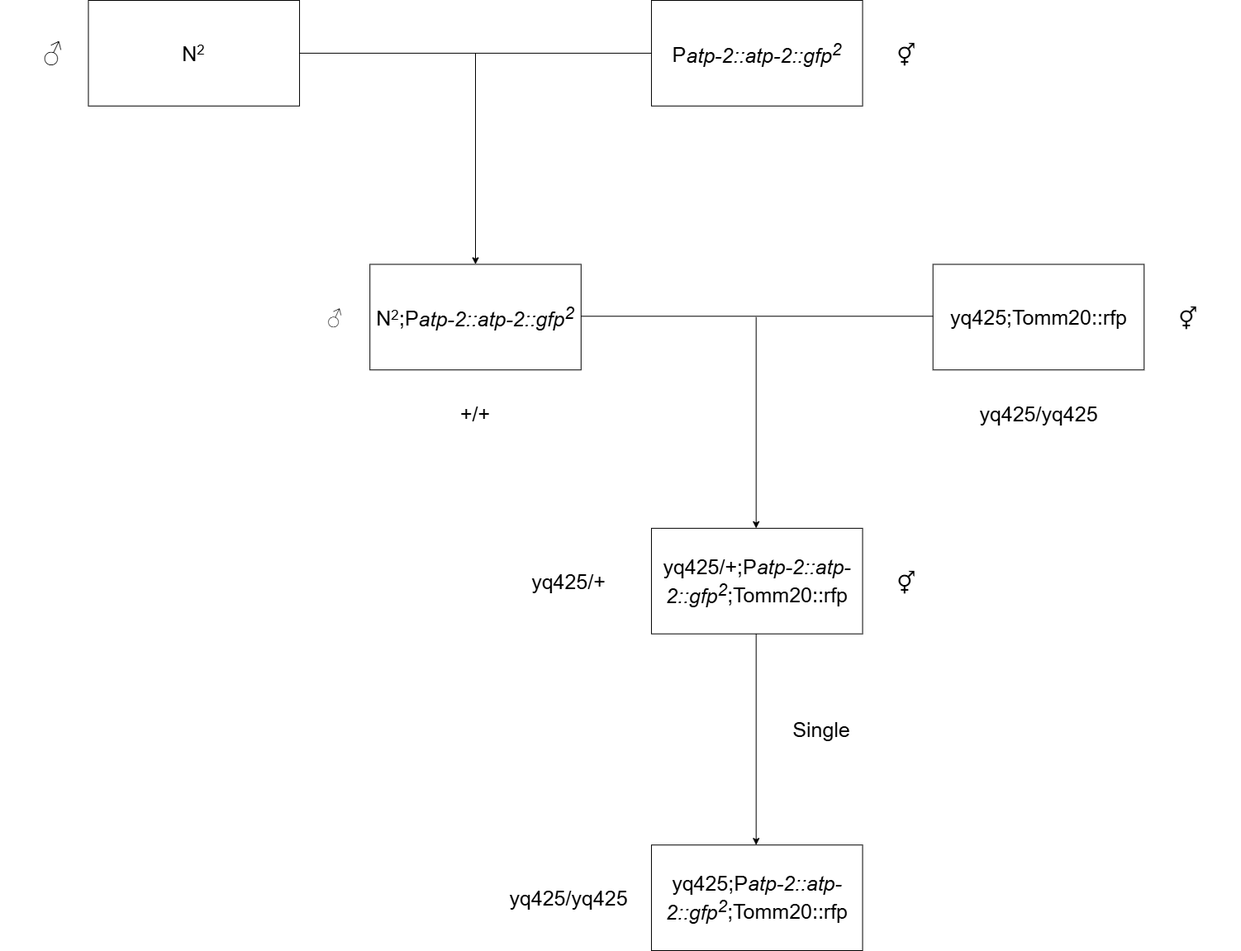
Above: docs/biology/note/cross-2.drawio.png in YangguangZhou/note (draw.io), before the change. Source tidied: cells renumbered, new cells last; positions are measured from the earlier drawing's top-left corner, leaving out a move shared by most shapes. The source it was exported from:
```xml
<mxGraphModel>
  <root>
    <mxCell id="0" />
    <mxCell id="1" parent="0" />
    <mxCell id="2" style="group;fontFamily=Helvetica;fontStyle=0;html=1;" parent="1" vertex="1">
      <mxGeometry width="1501.4" height="1150" as="geometry" />
    </mxCell>
    <mxCell id="3" value="N&lt;span style=&quot;font-size: 20.8333px;&quot;&gt;&lt;sup&gt;2&lt;/sup&gt;&lt;/span&gt;" style="rounded=0;whiteSpace=wrap;fillColor=none;strokeColor=#000000;fontColor=#000000;fontSize=25;fontFamily=Helvetica;html=1;fontStyle=0;" parent="2" vertex="1">
      <mxGeometry x="106.5" width="255.6" height="127.8" as="geometry" />
    </mxCell>
    <mxCell id="4" value="P&lt;i&gt;atp-2::atp-2::gfp&lt;sup&gt;2&lt;/sup&gt;&lt;/i&gt;" style="rounded=0;whiteSpace=wrap;fillColor=none;strokeColor=#000000;fontColor=#000000;fontSize=25;fontFamily=Helvetica;html=1;fontStyle=0;" parent="2" vertex="1">
      <mxGeometry x="788" width="255.6" height="127.8" as="geometry" />
    </mxCell>
    <mxCell id="5" style="endArrow=none;entryX=0;entryY=0.5;entryDx=0;entryDy=0;exitX=1;exitY=0.5;exitDx=0;exitDy=0;fillColor=#f9f7ed;strokeColor=#000000;fontColor=#000000;fontSize=25;fontFamily=Helvetica;html=1;fontStyle=0;" parent="2" edge="1" source="3" target="4">
      <mxGeometry relative="1" as="geometry" />
    </mxCell>
    <mxCell id="6" style="endArrow=classic;fillColor=#f9f7ed;strokeColor=#000000;fontColor=#000000;fontSize=25;fontFamily=Helvetica;html=1;fontStyle=0;" parent="2" edge="1">
      <mxGeometry relative="1" as="geometry">
        <mxPoint x="575" y="63.9" as="sourcePoint" />
        <mxPoint x="575" y="319.4" as="targetPoint" />
      </mxGeometry>
    </mxCell>
    <mxCell id="7" value="N&lt;span style=&quot;font-size: 20.8333px;&quot;&gt;&lt;sup&gt;2&lt;/sup&gt;&lt;/span&gt;;P&lt;i&gt;atp-2::atp-2::gfp&lt;sup&gt;2&lt;/sup&gt;&lt;/i&gt;" style="rounded=0;whiteSpace=wrap;strokeColor=#000000;fontSize=25;fontColor=#000000;fillColor=none;fontFamily=Helvetica;html=1;fontStyle=0;" parent="2" vertex="1">
      <mxGeometry x="447.2" y="319.4" width="255.6" height="127.8" as="geometry" />
    </mxCell>
    <mxCell id="8" value="yq425;Tomm20::rfp" style="rounded=0;whiteSpace=wrap;strokeColor=#000000;fontSize=25;fontColor=#000000;fillColor=none;fontFamily=Helvetica;html=1;fontStyle=0;" parent="2" vertex="1">
      <mxGeometry x="1128.7" y="319.4" width="255.6" height="127.8" as="geometry" />
    </mxCell>
    <mxCell id="9" style="endArrow=none;entryX=0;entryY=0.5;entryDx=0;entryDy=0;exitX=1;exitY=0.5;exitDx=0;exitDy=0;fillColor=#f9f7ed;strokeColor=#000000;fontColor=#000000;fontSize=25;fontFamily=Helvetica;html=1;fontStyle=0;" parent="2" edge="1">
      <mxGeometry relative="1" as="geometry">
        <mxPoint x="702.8" y="382.3" as="sourcePoint" />
        <mxPoint x="1128.7" y="382.3" as="targetPoint" />
      </mxGeometry>
    </mxCell>
    <mxCell id="10" style="endArrow=classic;fillColor=#f9f7ed;strokeColor=#000000;fontColor=#000000;fontSize=25;fontFamily=Helvetica;html=1;fontStyle=0;" parent="2" edge="1">
      <mxGeometry relative="1" as="geometry">
        <mxPoint x="914.7" y="383.3" as="sourcePoint" />
        <mxPoint x="914.7" y="638.9" as="targetPoint" />
      </mxGeometry>
    </mxCell>
    <mxCell id="11" value="yq425/+;P&lt;i&gt;atp-2::atp-2::gfp&lt;sup&gt;2&lt;/sup&gt;&lt;/i&gt;;&lt;span style=&quot;background-color: initial;&quot;&gt;Tomm20::rfp&lt;/span&gt;" style="rounded=0;whiteSpace=wrap;strokeColor=#000000;fontSize=25;fontColor=#000000;fillColor=none;fontFamily=Helvetica;html=1;fontStyle=0;" parent="2" vertex="1">
      <mxGeometry x="788" y="638.9" width="255.6" height="127.8" as="geometry" />
    </mxCell>
    <mxCell id="12" value="+/+" style="text;strokeColor=none;fillColor=none;align=center;verticalAlign=middle;whiteSpace=wrap;rounded=0;fontSize=25;fontColor=#000000;fontFamily=Helvetica;html=1;fontStyle=0;" parent="2" vertex="1">
      <mxGeometry x="511.1" y="468.5" width="127.8" height="63.9" as="geometry" />
    </mxCell>
    <mxCell id="13" value="yq425/yq425" style="text;strokeColor=none;fillColor=none;align=center;verticalAlign=middle;whiteSpace=wrap;rounded=0;fontSize=25;fontColor=#000000;fontFamily=Helvetica;html=1;fontStyle=0;" parent="2" vertex="1">
      <mxGeometry x="1192.6" y="468.5" width="127.8" height="63.9" as="geometry" />
    </mxCell>
    <mxCell id="14" value="yq425/+" style="text;strokeColor=none;fillColor=none;align=center;verticalAlign=middle;whiteSpace=wrap;rounded=0;fontSize=25;fontColor=#000000;fontFamily=Helvetica;html=1;fontStyle=0;" parent="2" vertex="1">
      <mxGeometry x="624" y="670.8" width="127.8" height="63.9" as="geometry" />
    </mxCell>
    <mxCell id="15" style="endArrow=classic;fillColor=#f9f7ed;strokeColor=#000000;fontColor=#000000;fontSize=25;fontFamily=Helvetica;html=1;fontStyle=0;" parent="2" edge="1">
      <mxGeometry relative="1" as="geometry">
        <mxPoint x="914.7" y="766.7" as="sourcePoint" />
        <mxPoint x="914.7" y="1022.2" as="targetPoint" />
      </mxGeometry>
    </mxCell>
    <mxCell id="16" value="yq425;P&lt;i&gt;atp-2::atp-2::gfp&lt;sup&gt;2&lt;/sup&gt;&lt;/i&gt;;&lt;span style=&quot;background-color: initial;&quot;&gt;Tomm20::rfp&lt;/span&gt;" style="rounded=0;whiteSpace=wrap;strokeColor=#000000;fontSize=25;fontColor=#000000;fillColor=none;fontFamily=Helvetica;html=1;fontStyle=0;" parent="2" vertex="1">
      <mxGeometry x="788" y="1022.2" width="255.6" height="127.8" as="geometry" />
    </mxCell>
    <mxCell id="17" value="yq425/yq&lt;span style=&quot;background-color: initial;&quot;&gt;425&lt;/span&gt;" style="text;strokeColor=none;fillColor=none;align=center;verticalAlign=middle;whiteSpace=wrap;rounded=0;fontSize=25;fontColor=#000000;fontFamily=Helvetica;html=1;fontStyle=0;" parent="2" vertex="1">
      <mxGeometry x="624" y="1054.2" width="127.8" height="63.9" as="geometry" />
    </mxCell>
    <mxCell id="18" value="♂" style="text;strokeColor=none;fillColor=none;align=center;verticalAlign=middle;whiteSpace=wrap;rounded=0;fontSize=32;fontColor=#000000;fontFamily=Helvetica;fontStyle=0;html=1;" parent="2" vertex="1">
      <mxGeometry y="31.9" width="127.8" height="63.9" as="geometry" />
    </mxCell>
    <mxCell id="19" value="♂" style="text;strokeColor=none;fillColor=none;align=center;verticalAlign=middle;whiteSpace=wrap;rounded=0;fontSize=25;fontColor=#000000;fontStyle=0;fontFamily=Helvetica;html=1;" parent="2" vertex="1">
      <mxGeometry x="340.7" y="351.4" width="127.8" height="63.9" as="geometry" />
    </mxCell>
    <mxCell id="20" value="⚥" style="text;strokeColor=none;fillColor=none;align=center;verticalAlign=middle;whiteSpace=wrap;rounded=0;fontSize=32;fontColor=#000000;fontFamily=Helvetica;fontStyle=0;html=1;" parent="2" vertex="1">
      <mxGeometry x="1032.9" y="31.9" width="127.8" height="63.9" as="geometry" />
    </mxCell>
    <mxCell id="21" value="⚥" style="text;strokeColor=none;fillColor=none;align=center;verticalAlign=middle;whiteSpace=wrap;rounded=0;fontSize=32;fontColor=#000000;fontFamily=Helvetica;html=1;fontStyle=0;" parent="2" vertex="1">
      <mxGeometry x="1373.6" y="351.4" width="127.8" height="63.9" as="geometry" />
    </mxCell>
    <mxCell id="22" value="⚥" style="text;strokeColor=none;fillColor=none;align=center;verticalAlign=middle;whiteSpace=wrap;rounded=0;fontSize=32;fontColor=#000000;fontFamily=Helvetica;html=1;fontStyle=0;" parent="2" vertex="1">
      <mxGeometry x="1032.9" y="670.8" width="127.8" height="63.9" as="geometry" />
    </mxCell>
    <mxCell id="23" value="Single" style="text;strokeColor=none;fillColor=none;align=center;verticalAlign=middle;whiteSpace=wrap;rounded=0;fontSize=25;fontColor=#000000;fontFamily=Helvetica;html=1;fontStyle=0;" parent="2" vertex="1">
      <mxGeometry x="930" y="850" width="127.8" height="63.9" as="geometry" />
    </mxCell>
  </root>
</mxGraphModel>
```
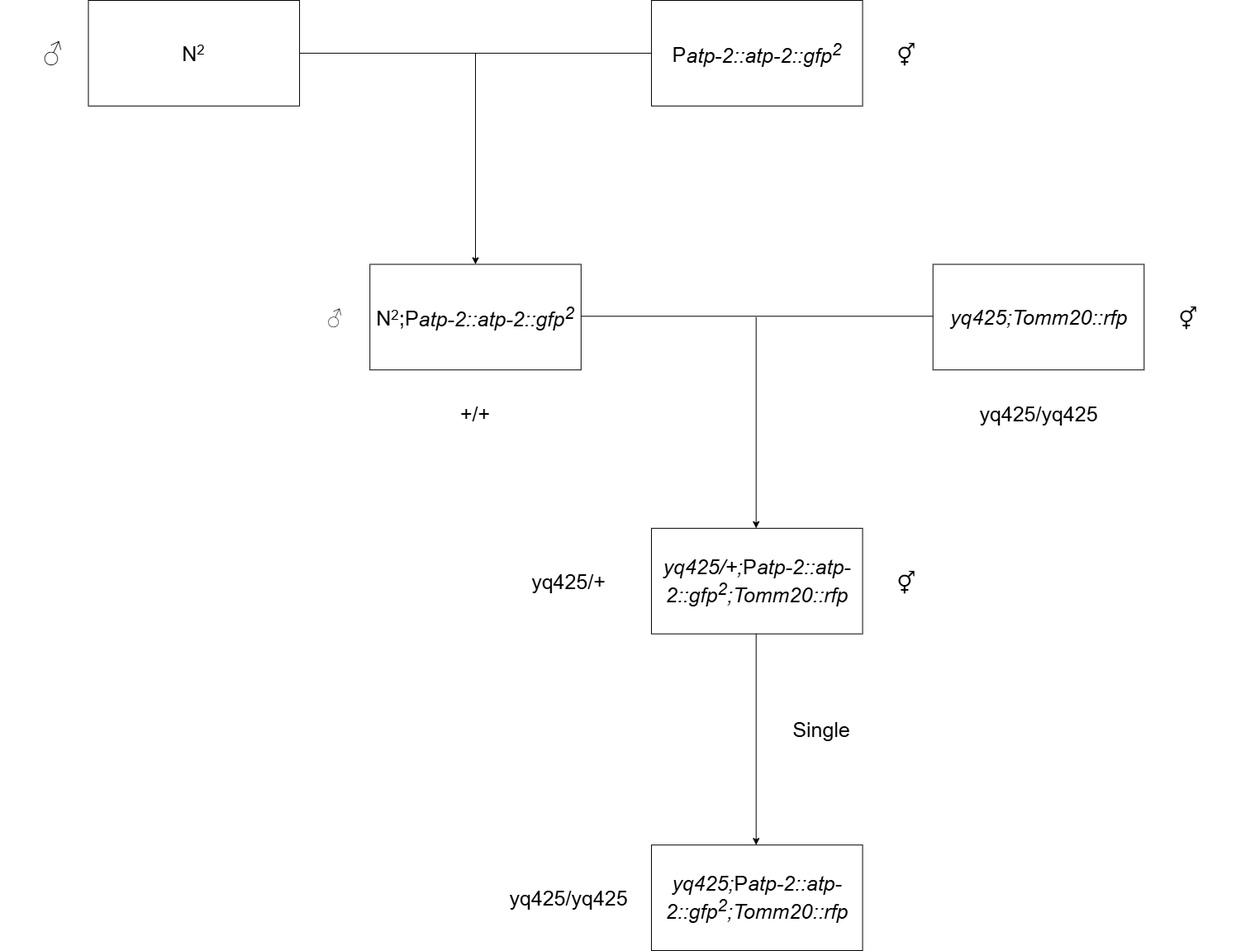
After the commit.

Diff of the diagram source:
```diff
@@ -23,7 +23,7 @@
     <mxCell id="7" value="N&lt;span style=&quot;font-size: 20.8333px;&quot;&gt;&lt;sup&gt;2&lt;/sup&gt;&lt;/span&gt;;P&lt;i&gt;atp-2::atp-2::gfp&lt;sup&gt;2&lt;/sup&gt;&lt;/i&gt;" style="rounded=0;whiteSpace=wrap;strokeColor=#000000;fontSize=25;fontColor=#000000;fillColor=none;fontFamily=Helvetica;html=1;fontStyle=0;" parent="2" vertex="1">
       <mxGeometry x="447.2" y="319.4" width="255.6" height="127.8" as="geometry" />
     </mxCell>
-    <mxCell id="8" value="yq425;Tomm20::rfp" style="rounded=0;whiteSpace=wrap;strokeColor=#000000;fontSize=25;fontColor=#000000;fillColor=none;fontFamily=Helvetica;html=1;fontStyle=0;" parent="2" vertex="1">
+    <mxCell id="8" value="&lt;i&gt;yq425;Tomm20::rfp&lt;/i&gt;" style="rounded=0;whiteSpace=wrap;strokeColor=#000000;fontSize=25;fontColor=#000000;fillColor=none;fontFamily=Helvetica;html=1;fontStyle=0;" parent="2" vertex="1">
       <mxGeometry x="1128.7" y="319.4" width="255.6" height="127.8" as="geometry" />
     </mxCell>
     <mxCell id="9" style="endArrow=none;entryX=0;entryY=0.5;entryDx=0;entryDy=0;exitX=1;exitY=0.5;exitDx=0;exitDy=0;fillColor=#f9f7ed;strokeColor=#000000;fontColor=#000000;fontSize=25;fontFamily=Helvetica;html=1;fontStyle=0;" parent="2" edge="1">
@@ -38,7 +38,7 @@
         <mxPoint x="914.7" y="638.9" as="targetPoint" />
       </mxGeometry>
     </mxCell>
-    <mxCell id="11" value="yq425/+;P&lt;i&gt;atp-2::atp-2::gfp&lt;sup&gt;2&lt;/sup&gt;&lt;/i&gt;;&lt;span style=&quot;background-color: initial;&quot;&gt;Tomm20::rfp&lt;/span&gt;" style="rounded=0;whiteSpace=wrap;strokeColor=#000000;fontSize=25;fontColor=#000000;fillColor=none;fontFamily=Helvetica;html=1;fontStyle=0;" parent="2" vertex="1">
+    <mxCell id="11" value="&lt;i&gt;yq425/+;&lt;/i&gt;P&lt;i&gt;atp-2::atp-2::gfp&lt;/i&gt;&lt;sup style=&quot;font-style: italic;&quot;&gt;2&lt;/sup&gt;&lt;i&gt;;&lt;/i&gt;&lt;span style=&quot;font-style: italic; background-color: initial;&quot;&gt;Tomm20::rfp&lt;/span&gt;" style="rounded=0;whiteSpace=wrap;strokeColor=#000000;fontSize=25;fontColor=#000000;fillColor=none;fontFamily=Helvetica;html=1;fontStyle=0;" parent="2" vertex="1">
       <mxGeometry x="788" y="638.9" width="255.6" height="127.8" as="geometry" />
     </mxCell>
     <mxCell id="12" value="+/+" style="text;strokeColor=none;fillColor=none;align=center;verticalAlign=middle;whiteSpace=wrap;rounded=0;fontSize=25;fontColor=#000000;fontFamily=Helvetica;html=1;fontStyle=0;" parent="2" vertex="1">
@@ -56,7 +56,7 @@
         <mxPoint x="914.7" y="1022.2" as="targetPoint" />
       </mxGeometry>
     </mxCell>
-    <mxCell id="16" value="yq425;P&lt;i&gt;atp-2::atp-2::gfp&lt;sup&gt;2&lt;/sup&gt;&lt;/i&gt;;&lt;span style=&quot;background-color: initial;&quot;&gt;Tomm20::rfp&lt;/span&gt;" style="rounded=0;whiteSpace=wrap;strokeColor=#000000;fontSize=25;fontColor=#000000;fillColor=none;fontFamily=Helvetica;html=1;fontStyle=0;" parent="2" vertex="1">
+    <mxCell id="16" value="&lt;i&gt;yq425;&lt;/i&gt;P&lt;i&gt;atp-2::atp-2::gfp&lt;/i&gt;&lt;sup style=&quot;font-style: italic;&quot;&gt;2&lt;/sup&gt;&lt;i&gt;;&lt;/i&gt;&lt;span style=&quot;font-style: italic; background-color: initial;&quot;&gt;Tomm20::rfp&lt;/span&gt;" style="rounded=0;whiteSpace=wrap;strokeColor=#000000;fontSize=25;fontColor=#000000;fillColor=none;fontFamily=Helvetica;html=1;fontStyle=0;" parent="2" vertex="1">
       <mxGeometry x="788" y="1022.2" width="255.6" height="127.8" as="geometry" />
     </mxCell>
     <mxCell id="17" value="yq425/yq&lt;span style=&quot;background-color: initial;&quot;&gt;425&lt;/span&gt;" style="text;strokeColor=none;fillColor=none;align=center;verticalAlign=middle;whiteSpace=wrap;rounded=0;fontSize=25;fontColor=#000000;fontFamily=Helvetica;html=1;fontStyle=0;" parent="2" vertex="1">
```
